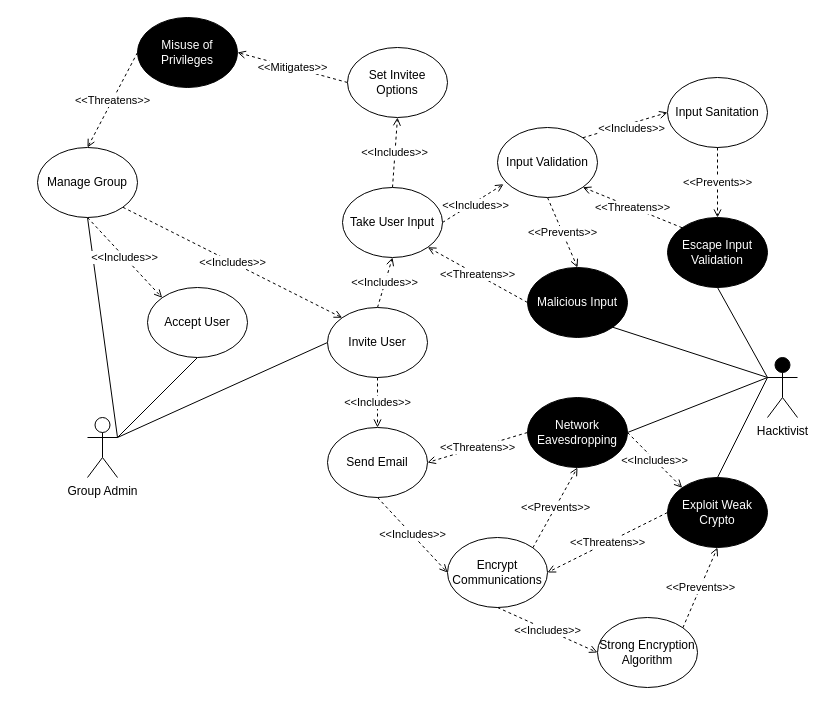
Before: usecase/add_member_org/AddMemberV2.drawio in DoctorEww/software-assurance, a draw.io diagram. Source tidied: cells renumbered, new cells numbered last; positions are measured from the earlier drawing's top-left corner, leaving out a move shared by most shapes. Both pictures are drawn from the tidied source at 100%, with x=0, y=0 at pixel (37, 17).
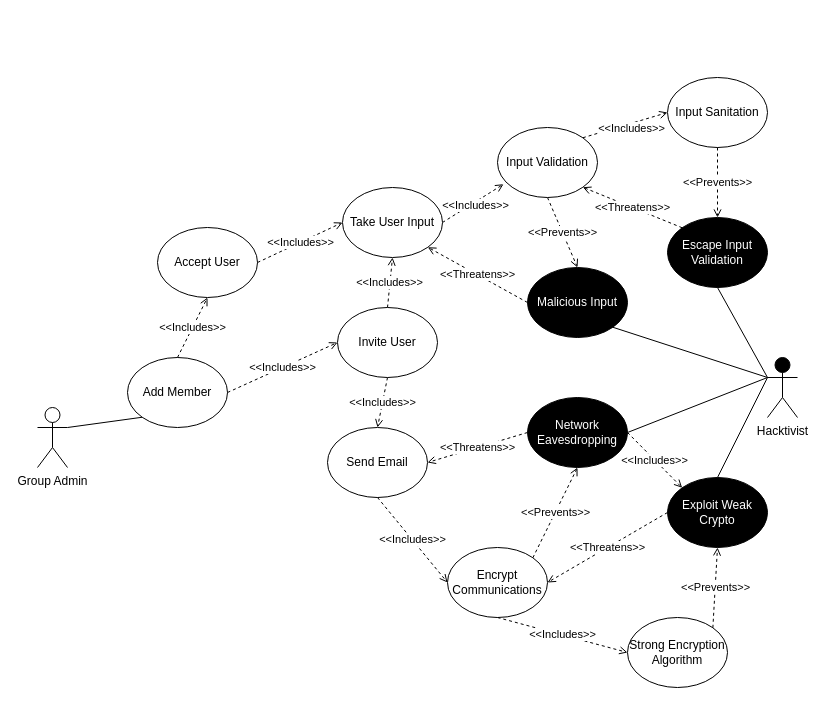
The same diagram, later.

Commit message (it also covers changes not shown here):
Updated Drawing Files for Add Member

Progress being made on fixing #26

The change refers to these unchanged cells:
```xml
<mxCell id="13" value="Take User Input" style="ellipse;whiteSpace=wrap;html=1;" parent="1" vertex="1">
  <mxGeometry x="305" y="170" width="100" height="70" as="geometry" />
</mxCell>
```

The edit, as a diff of the source:
```diff
@@
-    <mxCell id="2" style="rounded=0;jettySize=auto;html=1;exitX=1;exitY=0.3333333333333333;exitDx=0;exitDy=0;exitPerimeter=0;entryX=0;entryY=0.5;entryDx=0;entryDy=0;endArrow=none;endFill=0;" parent="1" edge="1" source="5" target="8">
-      <mxGeometry relative="1" as="geometry" />
-    </mxCell>
-    <mxCell id="3" style="rounded=0;jettySize=auto;html=1;exitX=1;exitY=0.3333333333333333;exitDx=0;exitDy=0;exitPerimeter=0;entryX=0.5;entryY=1;entryDx=0;entryDy=0;fontColor=#FFFFFF;endArrow=none;endFill=0;" parent="1" edge="1" source="5" target="18">
-      <mxGeometry relative="1" as="geometry" />
-    </mxCell>
-    <mxCell id="4" style="edgeStyle=none;rounded=0;jettySize=auto;html=1;exitX=1;exitY=0.3333333333333333;exitDx=0;exitDy=0;exitPerimeter=0;entryX=0.5;entryY=1;entryDx=0;entryDy=0;fontColor=#000000;endArrow=none;endFill=0;strokeColor=default;" parent="1" edge="1" source="5" target="25">
-      <mxGeometry relative="1" as="geometry" />
-    </mxCell>
     <mxCell id="5" value="Group Admin" style="shape=umlActor;verticalLabelPosition=bottom;verticalAlign=top;html=1;outlineConnect=0;" parent="1" vertex="1">
-      <mxGeometry x="50" y="400" width="30" height="60" as="geometry" />
+      <mxGeometry y="390" width="30" height="60" as="geometry" />
     </mxCell>
@@
     <mxCell id="8" value="Invite User" style="ellipse;whiteSpace=wrap;html=1;" parent="1" vertex="1">
-      <mxGeometry x="290" y="290" width="100" height="70" as="geometry" />
+      <mxGeometry x="300" y="290" width="100" height="70" as="geometry" />
     </mxCell>
@@
-    <mxCell id="10" value="&amp;lt;&amp;lt;Includes&amp;gt;&amp;gt;" style="rounded=0;jettySize=auto;html=1;exitX=0.5;exitY=0;exitDx=0;exitDy=0;entryX=0.5;entryY=1;entryDx=0;entryDy=0;dashed=1;endArrow=open;endFill=0;" parent="1" edge="1" source="13" target="15">
-      <mxGeometry relative="1" as="geometry" />
-    </mxCell>
@@
-    <mxCell id="14" value="&amp;lt;&amp;lt;Mitigates&amp;gt;&amp;gt;" style="edgeStyle=none;rounded=0;jettySize=auto;html=1;exitX=0;exitY=0.5;exitDx=0;exitDy=0;entryX=1;entryY=0.5;entryDx=0;entryDy=0;dashed=1;fontColor=#000000;endArrow=open;endFill=0;strokeColor=default;" parent="1" edge="1" source="15" target="17">
-      <mxGeometry relative="1" as="geometry" />
-    </mxCell>
-    <mxCell id="15" value="Set Invitee Options" style="ellipse;whiteSpace=wrap;html=1;" parent="1" vertex="1">
-      <mxGeometry x="310" y="30" width="100" height="70" as="geometry" />
-    </mxCell>
-    <mxCell id="16" value="&amp;lt;&amp;lt;Threatens&amp;gt;&amp;gt;" style="edgeStyle=none;rounded=0;jettySize=auto;html=1;exitX=0;exitY=0.5;exitDx=0;exitDy=0;entryX=0.5;entryY=0;entryDx=0;entryDy=0;dashed=1;fontColor=#000000;endArrow=open;endFill=0;strokeColor=default;" parent="1" edge="1" source="17" target="25">
-      <mxGeometry relative="1" as="geometry" />
-    </mxCell>
-    <mxCell id="17" value="Misuse of Privileges" style="ellipse;whiteSpace=wrap;html=1;fillColor=#000000;fontColor=#FFFFFF;" parent="1" vertex="1">
-      <mxGeometry x="100" width="100" height="70" as="geometry" />
-    </mxCell>
     <mxCell id="18" value="Accept User" style="ellipse;whiteSpace=wrap;html=1;" parent="1" vertex="1">
-      <mxGeometry x="110" y="270" width="100" height="70" as="geometry" />
+      <mxGeometry x="120" y="210" width="100" height="70" as="geometry" />
     </mxCell>
@@
-    <mxCell id="23" value="&amp;lt;&amp;lt;Includes&amp;gt;&amp;gt;" style="edgeStyle=none;rounded=0;jettySize=auto;html=1;exitX=1;exitY=1;exitDx=0;exitDy=0;entryX=0;entryY=0;entryDx=0;entryDy=0;fontColor=#000000;endArrow=open;endFill=0;strokeColor=default;dashed=1;" parent="1" edge="1" source="25" target="8">
-      <mxGeometry relative="1" as="geometry" />
-    </mxCell>
-    <mxCell id="24" value="&amp;lt;&amp;lt;Includes&amp;gt;&amp;gt;" style="edgeStyle=none;rounded=0;jettySize=auto;html=1;exitX=0.5;exitY=1;exitDx=0;exitDy=0;entryX=0;entryY=0;entryDx=0;entryDy=0;dashed=1;fontColor=#000000;endArrow=open;endFill=0;strokeColor=default;" parent="1" edge="1" source="25" target="18">
-      <mxGeometry relative="1" as="geometry" />
-    </mxCell>
-    <mxCell id="25" value="Manage Group" style="ellipse;whiteSpace=wrap;html=1;" parent="1" vertex="1">
-      <mxGeometry y="130" width="100" height="70" as="geometry" />
-    </mxCell>
@@
     <mxCell id="35" value="Encrypt Communications" style="ellipse;whiteSpace=wrap;html=1;" parent="1" vertex="1">
-      <mxGeometry x="410" y="520" width="100" height="70" as="geometry" />
+      <mxGeometry x="410" y="530" width="100" height="70" as="geometry" />
     </mxCell>
@@
     <mxCell id="40" value="Strong Encryption Algorithm" style="ellipse;whiteSpace=wrap;html=1;" parent="1" vertex="1">
-      <mxGeometry x="560" y="600" width="100" height="70" as="geometry" />
+      <mxGeometry x="590" y="600" width="100" height="70" as="geometry" />
     </mxCell>
@@
+    <mxCell id="48" value="Add Member" style="ellipse;whiteSpace=wrap;html=1;" parent="1" vertex="1">
+      <mxGeometry x="90" y="340" width="100" height="70" as="geometry" />
+    </mxCell>
+    <mxCell id="49" style="rounded=0;jettySize=auto;html=1;exitX=1;exitY=0.3333333333333333;exitDx=0;exitDy=0;entryX=0;entryY=1;entryDx=0;entryDy=0;fontColor=#FFFFFF;endArrow=none;endFill=0;exitPerimeter=0;" parent="1" edge="1" source="5" target="48">
+      <mxGeometry relative="1" as="geometry" />
+    </mxCell>
+    <mxCell id="50" value="&amp;lt;&amp;lt;Includes&amp;gt;&amp;gt;" style="jettySize=auto;html=1;exitX=1;exitY=0.5;exitDx=0;exitDy=0;entryX=0;entryY=0.5;entryDx=0;entryDy=0;endArrow=open;endFill=0;dashed=1;strokeColor=default;rounded=0;" parent="1" edge="1" source="48" target="8">
+      <mxGeometry relative="1" as="geometry" />
+    </mxCell>
+    <mxCell id="51" value="&amp;lt;&amp;lt;Includes&amp;gt;&amp;gt;" style="jettySize=auto;html=1;exitX=0.5;exitY=0;exitDx=0;exitDy=0;entryX=0.5;entryY=1;entryDx=0;entryDy=0;endArrow=open;endFill=0;dashed=1;strokeColor=default;rounded=0;" parent="1" edge="1" source="48" target="18">
+      <mxGeometry relative="1" as="geometry" />
+    </mxCell>
+    <mxCell id="52" value="&amp;lt;&amp;lt;Includes&amp;gt;&amp;gt;" style="jettySize=auto;html=1;exitX=1;exitY=0.5;exitDx=0;exitDy=0;entryX=0;entryY=0.5;entryDx=0;entryDy=0;endArrow=open;endFill=0;dashed=1;strokeColor=default;rounded=0;" parent="1" edge="1" source="18" target="13">
+      <mxGeometry relative="1" as="geometry" />
+    </mxCell>
```
